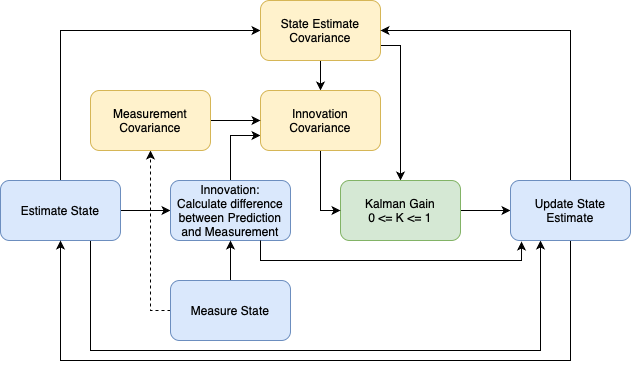
This is learning-notes/images/kalman-filter.drawio.png from ftrier/learning-notes, a draw.io export, as it was before one commit. Source tidied: cells renumbered, new cells last; positions are measured from the earlier drawing's top-left corner, leaving out a move shared by most shapes. Its diagram source:
```xml
<mxGraphModel>
  <root>
    <mxCell id="0" />
    <mxCell id="1" parent="0" />
    <mxCell id="2" style="edgeStyle=orthogonalEdgeStyle;rounded=0;jettySize=auto;html=1;entryX=0;entryY=0.5;entryDx=0;entryDy=0;" parent="1" edge="1" source="5" target="10">
      <mxGeometry relative="1" as="geometry" />
    </mxCell>
    <mxCell id="3" style="edgeStyle=orthogonalEdgeStyle;rounded=0;jettySize=auto;html=1;entryX=0;entryY=0.5;entryDx=0;entryDy=0;" parent="1" edge="1" source="5" target="8">
      <mxGeometry relative="1" as="geometry">
        <Array as="points">
          <mxPoint x="60" y="30" />
        </Array>
      </mxGeometry>
    </mxCell>
    <mxCell id="4" style="edgeStyle=orthogonalEdgeStyle;rounded=0;jettySize=auto;html=1;exitX=0.75;exitY=1;exitDx=0;exitDy=0;entryX=0.25;entryY=1;entryDx=0;entryDy=0;" parent="1" edge="1" source="5" target="17">
      <mxGeometry relative="1" as="geometry">
        <Array as="points">
          <mxPoint x="90" y="350" />
          <mxPoint x="540" y="350" />
        </Array>
      </mxGeometry>
    </mxCell>
    <mxCell id="5" value="Estimate State" style="rounded=1;whiteSpace=wrap;html=1;fillColor=#dae8fc;strokeColor=#6c8ebf;" parent="1" vertex="1">
      <mxGeometry y="180" width="120" height="60" as="geometry" />
    </mxCell>
    <mxCell id="6" style="edgeStyle=orthogonalEdgeStyle;rounded=0;jettySize=auto;html=1;entryX=0.5;entryY=0;entryDx=0;entryDy=0;" parent="1" edge="1" source="8" target="14">
      <mxGeometry relative="1" as="geometry" />
    </mxCell>
    <mxCell id="7" style="edgeStyle=orthogonalEdgeStyle;rounded=0;jettySize=auto;html=1;exitX=1;exitY=0.75;exitDx=0;exitDy=0;" parent="1" edge="1" source="8" target="12">
      <mxGeometry relative="1" as="geometry" />
    </mxCell>
    <mxCell id="8" value="State Estimate Covariance" style="rounded=1;whiteSpace=wrap;html=1;fillColor=#fff2cc;strokeColor=#d6b656;" parent="1" vertex="1">
      <mxGeometry x="260" width="120" height="60" as="geometry" />
    </mxCell>
    <mxCell id="9" style="edgeStyle=orthogonalEdgeStyle;rounded=0;jettySize=auto;html=1;entryX=0;entryY=0.75;entryDx=0;entryDy=0;" parent="1" edge="1" source="10" target="14">
      <mxGeometry relative="1" as="geometry" />
    </mxCell>
    <mxCell id="10" value="&lt;div&gt;Innovation:&lt;/div&gt;Calculate difference between Prediction and Measurement" style="rounded=1;whiteSpace=wrap;html=1;fillColor=#dae8fc;strokeColor=#6c8ebf;" parent="1" vertex="1">
      <mxGeometry x="170" y="180" width="120" height="60" as="geometry" />
    </mxCell>
    <mxCell id="11" style="edgeStyle=orthogonalEdgeStyle;rounded=0;jettySize=auto;html=1;entryX=0;entryY=0.5;entryDx=0;entryDy=0;" parent="1" edge="1" source="12" target="17">
      <mxGeometry relative="1" as="geometry" />
    </mxCell>
    <mxCell id="12" value="Kalman Gain&lt;div&gt;0 &amp;lt;= K &amp;lt;= 1&lt;/div&gt;" style="rounded=1;whiteSpace=wrap;html=1;fillColor=#d5e8d4;strokeColor=#82b366;" parent="1" vertex="1">
      <mxGeometry x="340" y="180" width="120" height="60" as="geometry" />
    </mxCell>
    <mxCell id="13" style="edgeStyle=orthogonalEdgeStyle;rounded=0;jettySize=auto;html=1;entryX=0;entryY=0.5;entryDx=0;entryDy=0;" parent="1" edge="1" source="14" target="12">
      <mxGeometry relative="1" as="geometry" />
    </mxCell>
    <mxCell id="14" value="Innovation Covariance" style="rounded=1;whiteSpace=wrap;html=1;fillColor=#fff2cc;strokeColor=#d6b656;" parent="1" vertex="1">
      <mxGeometry x="260" y="90" width="120" height="60" as="geometry" />
    </mxCell>
    <mxCell id="15" style="edgeStyle=orthogonalEdgeStyle;rounded=0;jettySize=auto;html=1;entryX=1;entryY=0.5;entryDx=0;entryDy=0;" parent="1" edge="1" source="17" target="8">
      <mxGeometry relative="1" as="geometry">
        <Array as="points">
          <mxPoint x="570" y="30" />
        </Array>
      </mxGeometry>
    </mxCell>
    <mxCell id="16" style="edgeStyle=orthogonalEdgeStyle;rounded=0;jettySize=auto;html=1;exitX=0.5;exitY=1;exitDx=0;exitDy=0;entryX=0.5;entryY=1;entryDx=0;entryDy=0;" parent="1" edge="1" source="17" target="5">
      <mxGeometry relative="1" as="geometry">
        <Array as="points">
          <mxPoint x="570" y="360" />
          <mxPoint x="60" y="360" />
        </Array>
      </mxGeometry>
    </mxCell>
    <mxCell id="17" value="Update State Estimate" style="rounded=1;whiteSpace=wrap;html=1;fillColor=#dae8fc;strokeColor=#6c8ebf;" parent="1" vertex="1">
      <mxGeometry x="510" y="180" width="120" height="60" as="geometry" />
    </mxCell>
    <mxCell id="18" style="edgeStyle=orthogonalEdgeStyle;rounded=0;jettySize=auto;html=1;entryX=0.5;entryY=1;entryDx=0;entryDy=0;" parent="1" edge="1" source="20" target="10">
      <mxGeometry relative="1" as="geometry" />
    </mxCell>
    <mxCell id="19" style="edgeStyle=orthogonalEdgeStyle;rounded=0;jettySize=auto;html=1;entryX=0.5;entryY=1;entryDx=0;entryDy=0;dashed=1;" parent="1" edge="1" source="20" target="22">
      <mxGeometry relative="1" as="geometry">
        <Array as="points">
          <mxPoint x="150" y="310" />
        </Array>
      </mxGeometry>
    </mxCell>
    <mxCell id="20" value="Measure State" style="rounded=1;whiteSpace=wrap;html=1;fillColor=#dae8fc;strokeColor=#6c8ebf;" parent="1" vertex="1">
      <mxGeometry x="170" y="280" width="120" height="60" as="geometry" />
    </mxCell>
    <mxCell id="21" style="edgeStyle=orthogonalEdgeStyle;rounded=0;jettySize=auto;html=1;entryX=0;entryY=0.5;entryDx=0;entryDy=0;" parent="1" edge="1" source="22" target="14">
      <mxGeometry relative="1" as="geometry" />
    </mxCell>
    <mxCell id="22" value="Measurement Covariance" style="rounded=1;whiteSpace=wrap;html=1;fillColor=#fff2cc;strokeColor=#d6b656;" parent="1" vertex="1">
      <mxGeometry x="90" y="90" width="120" height="60" as="geometry" />
    </mxCell>
    <mxCell id="23" style="edgeStyle=orthogonalEdgeStyle;rounded=0;jettySize=auto;html=1;exitX=0.75;exitY=1;exitDx=0;exitDy=0;entryX=0.092;entryY=1.017;entryDx=0;entryDy=0;entryPerimeter=0;" parent="1" edge="1" source="10" target="17">
      <mxGeometry relative="1" as="geometry" />
    </mxCell>
  </root>
</mxGraphModel>
```
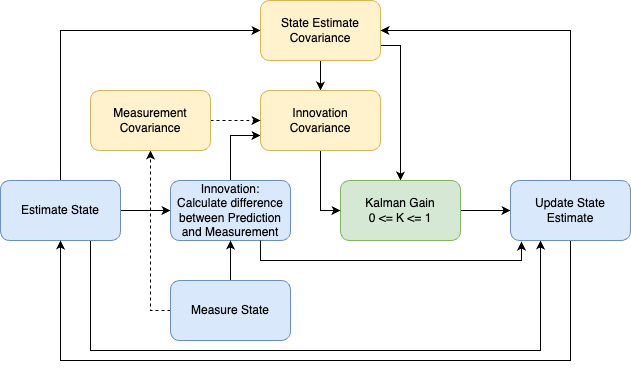
The same file after the commit.

Commit message:
[minor] Kalman Filter

Diff of the diagram source:
```diff
@@ -81,7 +81,7 @@
     <mxCell id="20" value="Measure State" style="rounded=1;whiteSpace=wrap;html=1;fillColor=#dae8fc;strokeColor=#6c8ebf;" parent="1" vertex="1">
       <mxGeometry x="170" y="280" width="120" height="60" as="geometry" />
     </mxCell>
-    <mxCell id="21" style="edgeStyle=orthogonalEdgeStyle;rounded=0;jettySize=auto;html=1;entryX=0;entryY=0.5;entryDx=0;entryDy=0;" parent="1" edge="1" source="22" target="14">
+    <mxCell id="21" style="edgeStyle=orthogonalEdgeStyle;rounded=0;jettySize=auto;html=1;entryX=0;entryY=0.5;entryDx=0;entryDy=0;dashed=1;" parent="1" edge="1" source="22" target="14">
       <mxGeometry relative="1" as="geometry" />
     </mxCell>
     <mxCell id="22" value="Measurement Covariance" style="rounded=1;whiteSpace=wrap;html=1;fillColor=#fff2cc;strokeColor=#d6b656;" parent="1" vertex="1">
```
